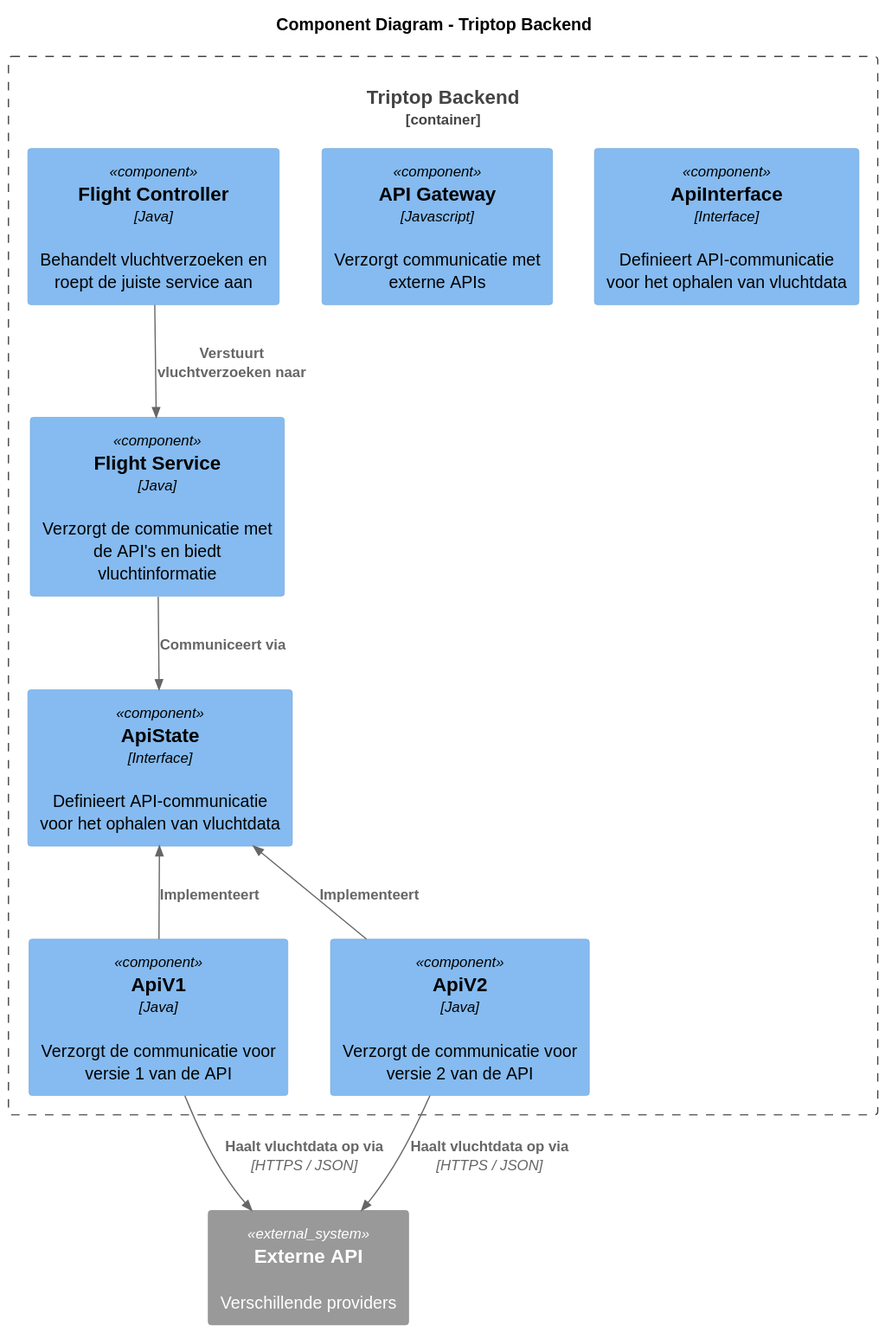
AIM-ENE-feb25/triptop-beca keeps this PlantUML diagram as software-guidebook/ontwerpvraag-cas/component-diagram-cas.svg. Above is the earlier version.
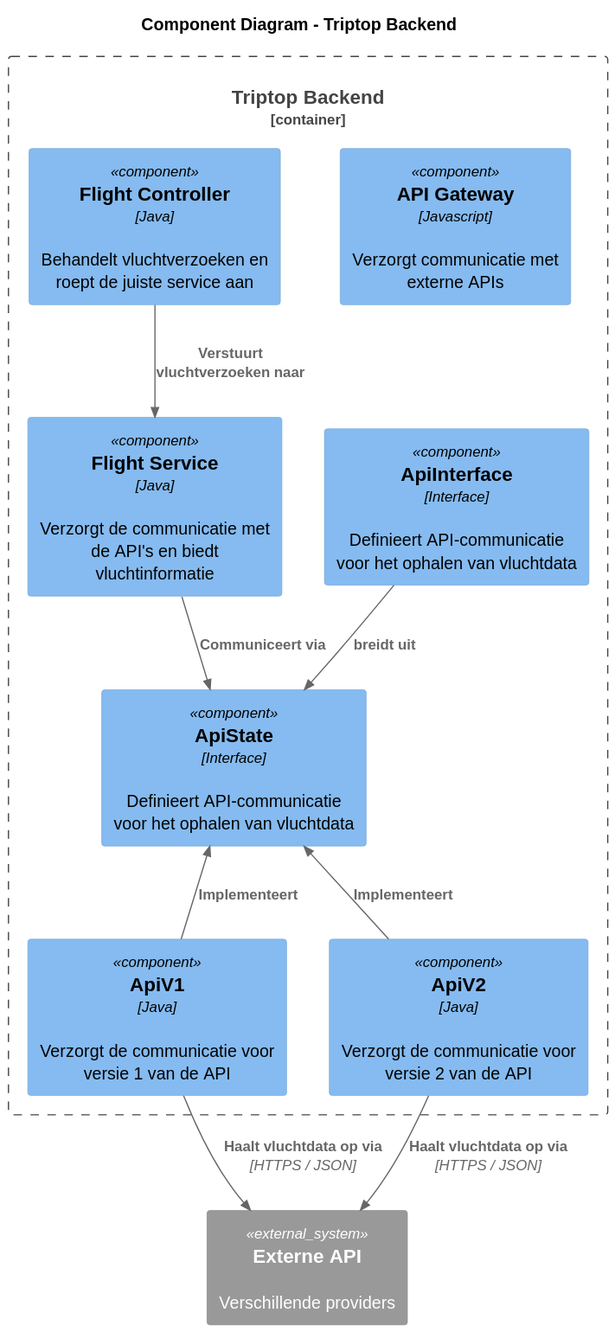
After the change.

Commit message:
Relatie gemaakt tussen ApiInterface en ApiState. Ook begeleidende tekst geschreven

The edit, as a diff of the source:
```diff
@@ -19,6 +19,7 @@
 Rel(flight_service, api_state, "Communiceert via", "")
 Rel(api_v1, external_api, "Haalt vluchtdata op via", "HTTPS / JSON")
 Rel(api_v2, external_api, "Haalt vluchtdata op via", "HTTPS / JSON")
+Rel(api_interface, api_state, "breidt uit", "")
 Rel_Up(api_v1, api_state, "Implementeert", "")
 Rel_Up(api_v2, api_state, "Implementeert", "")
 @enduml
```
